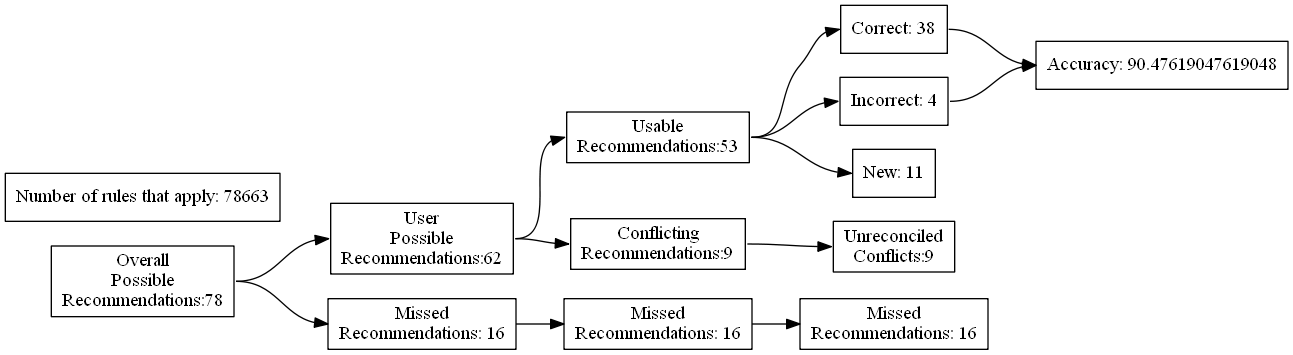
Before: test_renders/25.gv.png, a diagram exported from Graphviz (ZaxR/ibd_diet_analysis). Its source is kept beside it as test_renders/25.gv.
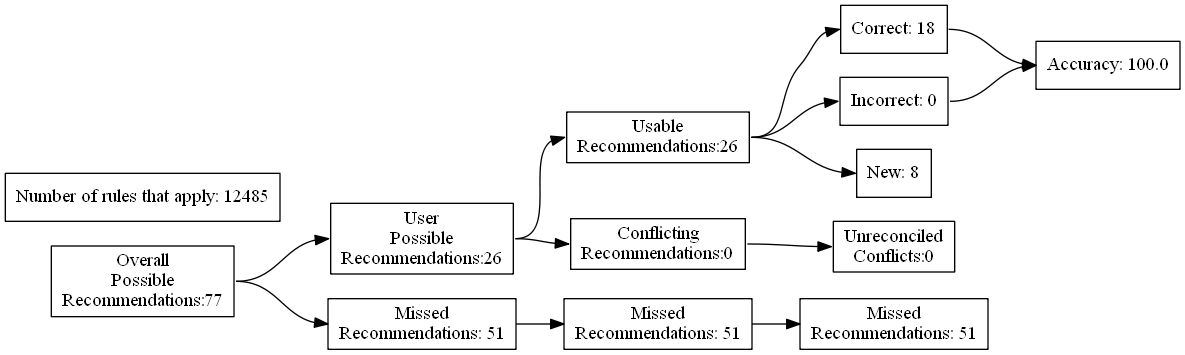
After the change.

Change to the diagram source:
```diff
@@ -4,27 +4,27 @@
 	edge [headport=w tailport=e]
 		A [label="Overall
 Possible
-Recommendations:78"]
+Recommendations:77"]
 		B [label="User
 Possible
-Recommendations:62"]
+Recommendations:26"]
 		C [label="Missed
-Recommendations: 16"]
+Recommendations: 51"]
 		D [label="Usable
-Recommendations:53"]
+Recommendations:26"]
 		E [label="Conflicting
-Recommendations:9"]
+Recommendations:0"]
 		J [label="Missed
-Recommendations: 16"]
+Recommendations: 51"]
 		M [label="Unreconciled
-Conflicts:9"]
-		F [label="Correct: 38"]
-		G [label="Incorrect: 4"]
-		H [label="New: 11"]
+Conflicts:0"]
+		F [label="Correct: 18"]
+		G [label="Incorrect: 0"]
+		H [label="New: 8"]
 		K [label="Missed
-Recommendations: 16"]
-		I [label="Accuracy: 90.47619047619048"]
-		l [label="Number of rules that apply: 78663"]
+Recommendations: 51"]
+		I [label="Accuracy: 100.0"]
+		l [label="Number of rules that apply: 12485"]
 			A -> B
 			A -> C
 			B -> D
```
